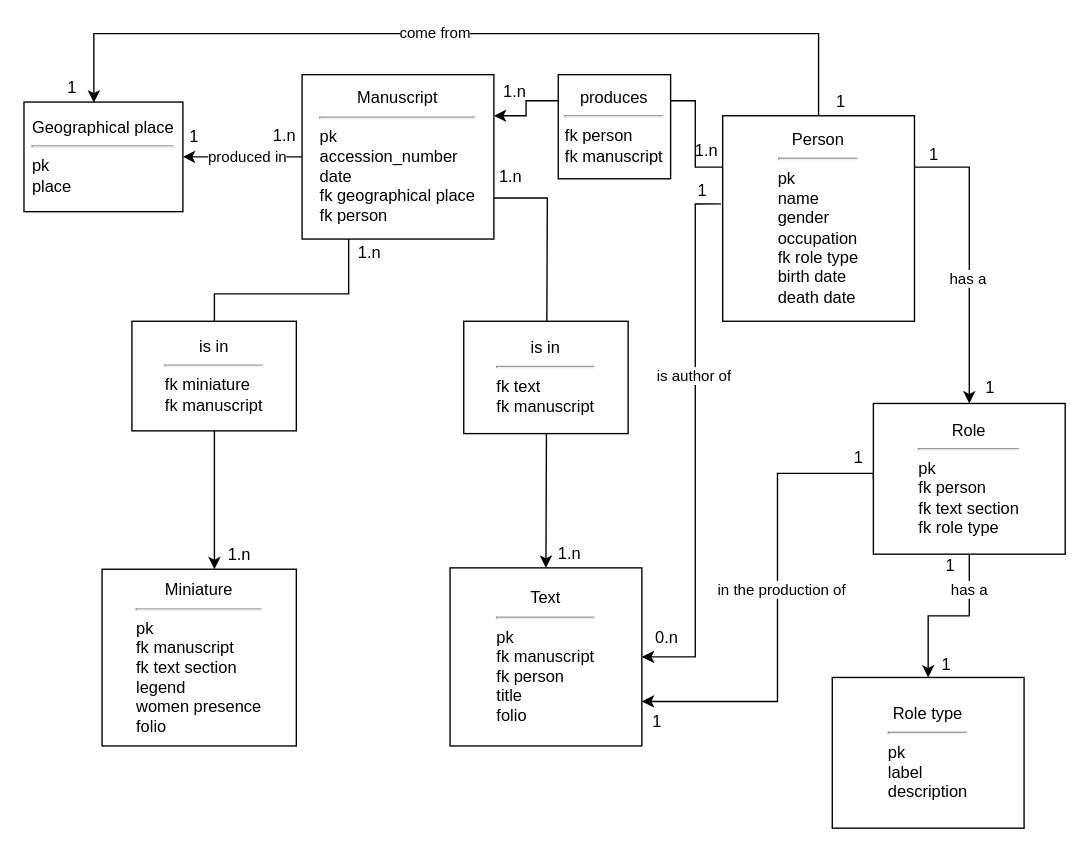
Earlier version of the draw.io diagram Diagramme_manuscrits_enlluminés.drawio (ellieiri/enluminures_arthuriennes). Source tidied: cells renumbered, new cells numbered last; positions are measured from the earlier drawing's top-left corner, leaving out a move shared by most shapes. Both pictures are drawn from the tidied source at 137%, with x=0, y=0 at pixel (23, 33).
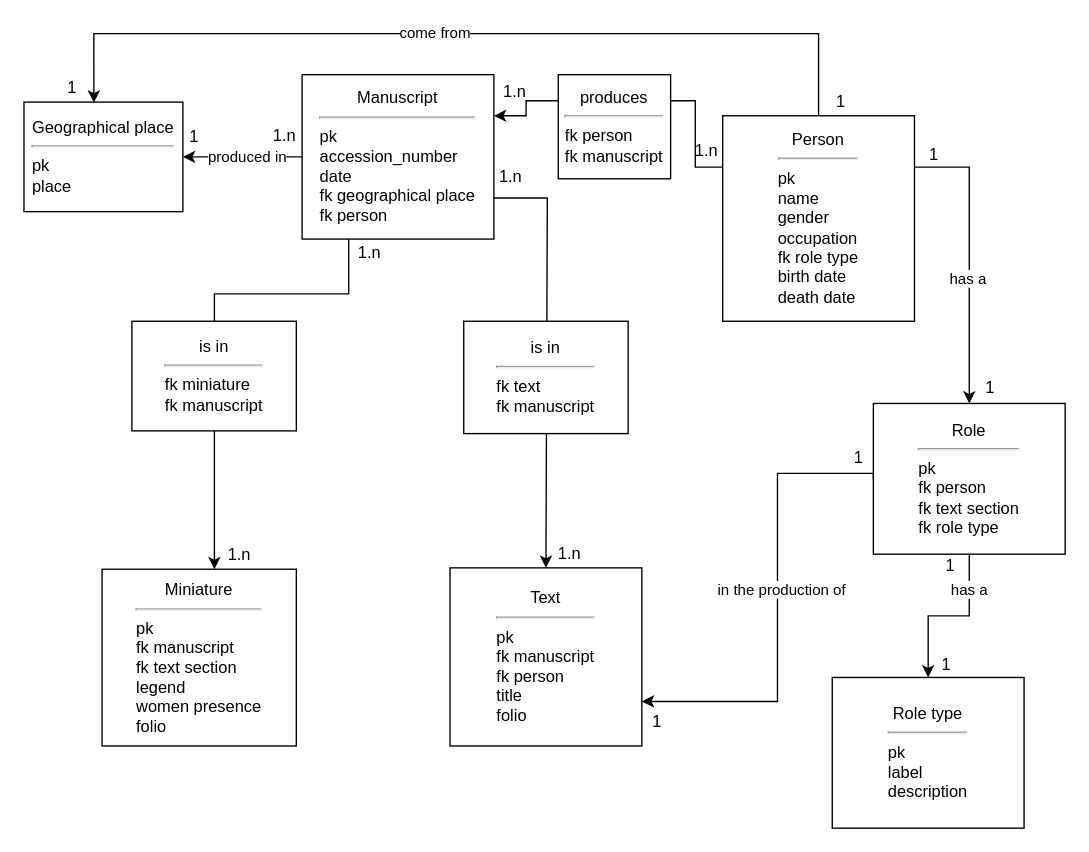
The same diagram, later.

Commit message:
Mettre à jour Diagramme_manuscrits_enlluminés.drawio

Unchanged cells that the change refers to:
```xml
<mxCell id="13" value="&lt;div align=&quot;center&quot;&gt;Text&lt;/div&gt;&lt;div align=&quot;center&quot;&gt;&lt;hr&gt;&lt;/div&gt;&lt;div align=&quot;left&quot;&gt;pk&lt;/div&gt;&lt;div align=&quot;left&quot;&gt;fk manuscript&lt;br&gt;&lt;/div&gt;&lt;div align=&quot;left&quot;&gt;fk person&lt;br&gt;&lt;/div&gt;&lt;div align=&quot;left&quot;&gt;title&lt;/div&gt;&lt;div align=&quot;left&quot;&gt;folio&lt;/div&gt;" style="rounded=0;whiteSpace=wrap;html=1;align=center;" parent="1" vertex="1">
  <mxGeometry x="311" y="390" width="140" height="130" as="geometry" />
</mxCell>
<mxCell id="29" value="&lt;div align=&quot;center&quot;&gt;Person&lt;br&gt;&lt;/div&gt;&lt;div align=&quot;center&quot;&gt;&lt;hr&gt;&lt;/div&gt;&lt;div align=&quot;left&quot;&gt;pk&lt;/div&gt;&lt;div align=&quot;left&quot;&gt;name&lt;/div&gt;&lt;div align=&quot;left&quot;&gt;gender&lt;/div&gt;&lt;div align=&quot;left&quot;&gt;occupation&lt;/div&gt;&lt;div align=&quot;left&quot;&gt;fk role type&lt;/div&gt;&lt;div align=&quot;left&quot;&gt;birth date&lt;/div&gt;&lt;div align=&quot;left&quot;&gt;death date&lt;br&gt;&lt;/div&gt;" style="rounded=0;whiteSpace=wrap;html=1;align=center;" parent="1" vertex="1">
  <mxGeometry x="510" y="60" width="140" height="150" as="geometry" />
</mxCell>
```

What changed in the source:
```diff
@@
-    <mxCell id="15" style="edgeStyle=orthogonalEdgeStyle;rounded=0;jettySize=auto;html=1;exitX=-0.009;exitY=0.429;exitDx=0;exitDy=0;entryX=1;entryY=0.5;entryDx=0;entryDy=0;exitPerimeter=0;" parent="1" edge="1" source="29" target="13">
-      <mxGeometry relative="1" as="geometry">
-        <Array as="points">
-          <mxPoint x="490" y="124" />
-          <mxPoint x="490" y="455" />
-        </Array>
-      </mxGeometry>
-    </mxCell>
-    <mxCell id="16" value="is author of" style="edgeLabel;html=1;align=center;verticalAlign=middle;" parent="15" vertex="1">
-      <mxGeometry x="-0.34" y="-2" relative="1" as="geometry">
-        <mxPoint y="16" as="offset" />
-      </mxGeometry>
-    </mxCell>
@@
-    <mxCell id="30" value="1" style="text;html=1;align=center;verticalAlign=middle;strokeColor=none;fillColor=none;" parent="1" vertex="1">
-      <mxGeometry x="480" y="100" width="30" height="30" as="geometry" />
-    </mxCell>
-    <mxCell id="31" value="0.n" style="text;html=1;align=center;verticalAlign=middle;strokeColor=none;fillColor=none;" parent="1" vertex="1">
-      <mxGeometry x="449" y="426" width="40" height="30" as="geometry" />
-    </mxCell>
```
